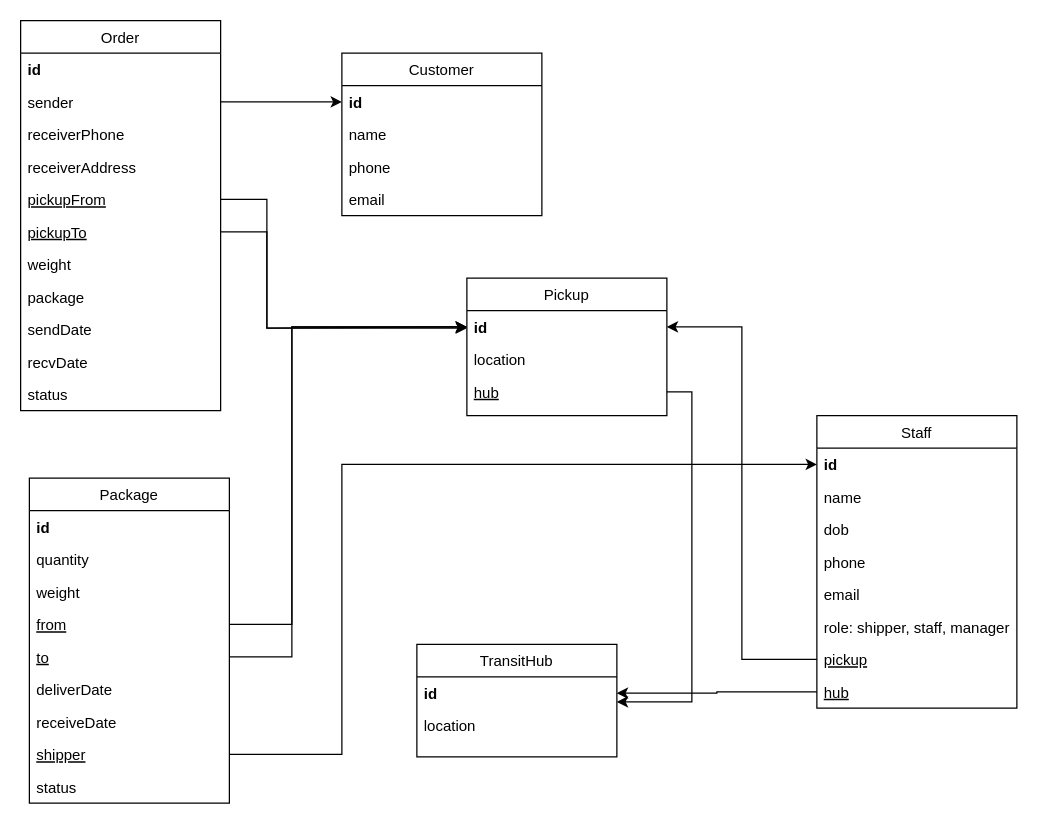
Above: public/schema.drawio in achibulup/MagicPost (draw.io), before the change. Source tidied: cells renumbered, new cells numbered last; positions are measured from the earlier drawing's top-left corner, leaving out a move shared by most shapes. Both pictures are drawn from the tidied source at 125%, with x=0, y=0 at pixel (20, 20).
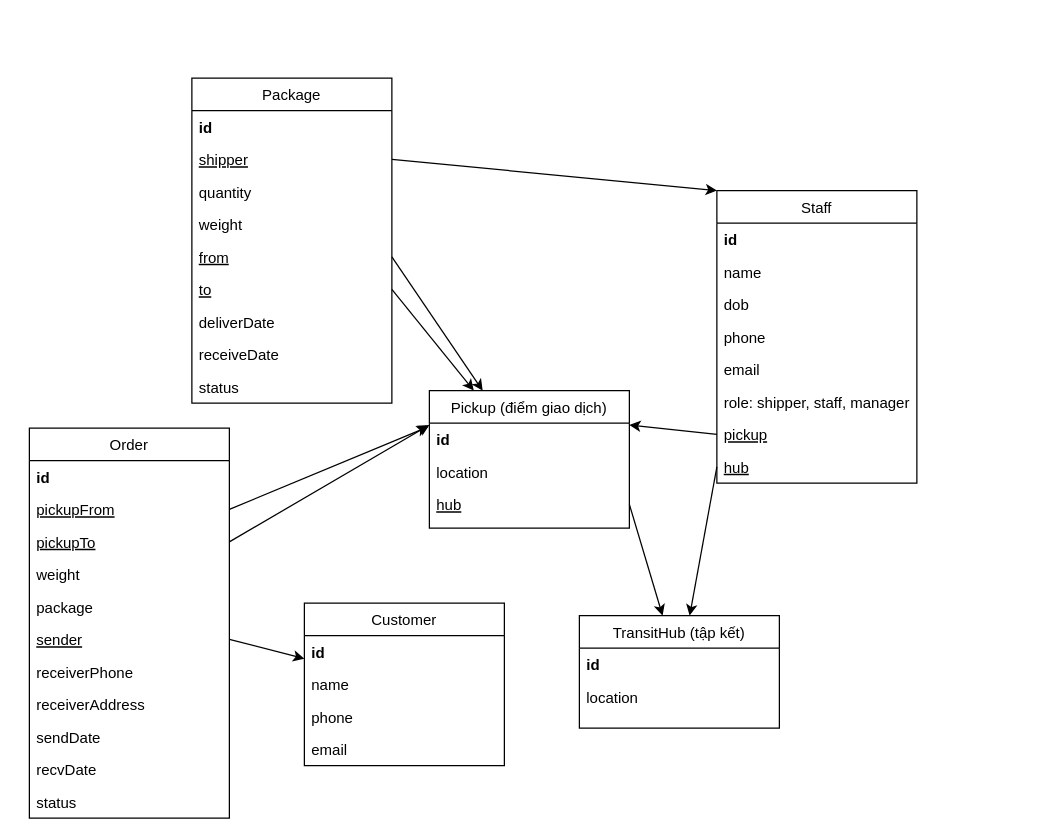
After the change.

Unchanged cells that the change refers to:
```xml
<mxCell id="3" value="id" style="text;align=left;verticalAlign=top;spacingLeft=4;spacingRight=4;overflow=hidden;points=[[0,0.5],[1,0.5]];portConstraint=eastwest;fontStyle=1;" parent="2" vertex="1">
  <mxGeometry y="26" width="160" height="26" as="geometry" />
</mxCell>
<mxCell id="8" value="id" style="text;align=left;verticalAlign=top;spacingLeft=4;spacingRight=4;overflow=hidden;points=[[0,0.5],[1,0.5]];portConstraint=eastwest;fontStyle=1;" parent="7" vertex="1">
  <mxGeometry y="26" width="160" height="26" as="geometry" />
</mxCell>
<mxCell id="11" value="id" style="text;align=left;verticalAlign=top;spacingLeft=4;spacingRight=4;overflow=hidden;points=[[0,0.5],[1,0.5]];portConstraint=eastwest;fontStyle=1;" parent="10" vertex="1">
  <mxGeometry y="26" width="160" height="26" as="geometry" />
</mxCell>
<mxCell id="13" value="hub" style="text;align=left;verticalAlign=top;spacingLeft=4;spacingRight=4;overflow=hidden;points=[[0,0.5],[1,0.5]];portConstraint=eastwest;rounded=0;shadow=0;html=0;fontStyle=4;" parent="10" vertex="1">
  <mxGeometry y="78" width="160" height="26" as="geometry" />
</mxCell>
<mxCell id="27" value="id" style="text;align=left;verticalAlign=top;spacingLeft=4;spacingRight=4;overflow=hidden;points=[[0,0.5],[1,0.5]];portConstraint=eastwest;fontStyle=1;" parent="26" vertex="1">
  <mxGeometry y="26" width="160" height="26" as="geometry" />
</mxCell>
<mxCell id="33" value="pickup" style="text;align=left;verticalAlign=top;spacingLeft=4;spacingRight=4;overflow=hidden;points=[[0,0.5],[1,0.5]];portConstraint=eastwest;rounded=0;shadow=0;html=0;fontStyle=4;" parent="26" vertex="1">
  <mxGeometry y="182" width="160" height="26" as="geometry" />
</mxCell>
<mxCell id="34" value="hub" style="text;align=left;verticalAlign=top;spacingLeft=4;spacingRight=4;overflow=hidden;points=[[0,0.5],[1,0.5]];portConstraint=eastwest;rounded=0;shadow=0;html=0;fontStyle=4;" parent="26" vertex="1">
  <mxGeometry y="208" width="160" height="26" as="geometry" />
</mxCell>
```

The edit, as a diff of the source:
```diff
@@
     <mxCell id="2" value="Customer" style="swimlane;fontStyle=0;align=center;verticalAlign=top;horizontal=1;startSize=26;rounded=0;shadow=0;strokeWidth=1;" parent="1" vertex="1">
-      <mxGeometry x="257" y="26" width="160" height="130" as="geometry" />
+      <mxGeometry x="227" y="466" width="160" height="130" as="geometry" />
     </mxCell>
@@
-    <mxCell id="7" value="TransitHub&#10;" style="swimlane;fontStyle=0;align=center;verticalAlign=top;horizontal=1;startSize=26;rounded=0;shadow=0;strokeWidth=1;" parent="1" vertex="1">
-      <mxGeometry x="317" y="499" width="160" height="90" as="geometry" />
+    <mxCell id="7" value="TransitHub (tập kết)&#10;" style="swimlane;fontStyle=0;align=center;verticalAlign=top;horizontal=1;startSize=26;rounded=0;shadow=0;strokeWidth=1;" parent="1" vertex="1">
+      <mxGeometry x="447" y="476" width="160" height="90" as="geometry" />
     </mxCell>
@@
-    <mxCell id="10" value="Pickup&#10;" style="swimlane;fontStyle=0;align=center;verticalAlign=top;horizontal=1;startSize=26;rounded=0;shadow=0;strokeWidth=1;" parent="1" vertex="1">
-      <mxGeometry x="357" y="206" width="160" height="110" as="geometry" />
+    <mxCell id="10" value="Pickup (điểm giao dịch)&#10;" style="swimlane;fontStyle=0;align=center;verticalAlign=top;horizontal=1;startSize=26;rounded=0;shadow=0;strokeWidth=1;" parent="1" vertex="1">
+      <mxGeometry x="327" y="296" width="160" height="110" as="geometry" />
     </mxCell>
@@
     <mxCell id="14" value="Order" style="swimlane;fontStyle=0;align=center;verticalAlign=top;horizontal=1;startSize=26;rounded=0;shadow=0;strokeWidth=1;" parent="1" vertex="1">
-      <mxGeometry width="160" height="312" as="geometry" />
+      <mxGeometry x="7" y="326" width="160" height="312" as="geometry" />
     </mxCell>
@@
-    <mxCell id="16" value="sender" style="text;align=left;verticalAlign=top;spacingLeft=4;spacingRight=4;overflow=hidden;points=[[0,0.5],[1,0.5]];portConstraint=eastwest;rounded=0;shadow=0;html=0;" parent="14" vertex="1">
-      <mxGeometry y="52" width="160" height="26" as="geometry" />
-    </mxCell>
-    <mxCell id="17" value="receiverPhone" style="text;align=left;verticalAlign=top;spacingLeft=4;spacingRight=4;overflow=hidden;rounded=0;shadow=0;html=0;" parent="14" vertex="1">
-      <mxGeometry y="78" width="160" height="26" as="geometry" />
-    </mxCell>
-    <mxCell id="18" value="receiverAddress" style="text;align=left;verticalAlign=top;spacingLeft=4;spacingRight=4;overflow=hidden;rounded=0;shadow=0;html=0;" parent="14" vertex="1">
-      <mxGeometry y="104" width="160" height="26" as="geometry" />
-    </mxCell>
     <mxCell id="19" value="pickupFrom" style="text;align=left;verticalAlign=top;spacingLeft=4;spacingRight=4;overflow=hidden;points=[[0,0.5],[1,0.5]];portConstraint=eastwest;rounded=0;shadow=0;html=0;fontStyle=4;" parent="14" vertex="1">
-      <mxGeometry y="130" width="160" height="26" as="geometry" />
+      <mxGeometry y="52" width="160" height="26" as="geometry" />
     </mxCell>
     <mxCell id="20" value="pickupTo" style="text;align=left;verticalAlign=top;spacingLeft=4;spacingRight=4;overflow=hidden;points=[[0,0.5],[1,0.5]];portConstraint=eastwest;fontStyle=4;" parent="14" vertex="1">
-      <mxGeometry y="156" width="160" height="26" as="geometry" />
+      <mxGeometry y="78" width="160" height="26" as="geometry" />
     </mxCell>
     <mxCell id="21" value="weight" style="text;align=left;verticalAlign=top;spacingLeft=4;spacingRight=4;overflow=hidden;" parent="14" vertex="1">
-      <mxGeometry y="182" width="160" height="26" as="geometry" />
+      <mxGeometry y="104" width="160" height="26" as="geometry" />
     </mxCell>
     <mxCell id="22" value="package" style="text;align=left;verticalAlign=top;spacingLeft=4;spacingRight=4;overflow=hidden;" parent="14" vertex="1">
-      <mxGeometry y="208" width="160" height="26" as="geometry" />
+      <mxGeometry y="130" width="160" height="26" as="geometry" />
     </mxCell>
+    <mxCell id="16" value="sender" style="text;align=left;verticalAlign=top;spacingLeft=4;spacingRight=4;overflow=hidden;points=[[0,0.5],[1,0.5]];portConstraint=eastwest;rounded=0;shadow=0;html=0;fontStyle=4;" parent="14" vertex="1">
+      <mxGeometry y="156" width="160" height="26" as="geometry" />
+    </mxCell>
+    <mxCell id="17" value="receiverPhone" style="text;align=left;verticalAlign=top;spacingLeft=4;spacingRight=4;overflow=hidden;rounded=0;shadow=0;html=0;" parent="14" vertex="1">
+      <mxGeometry y="182" width="160" height="26" as="geometry" />
+    </mxCell>
+    <mxCell id="18" value="receiverAddress" style="text;align=left;verticalAlign=top;spacingLeft=4;spacingRight=4;overflow=hidden;rounded=0;shadow=0;html=0;" parent="14" vertex="1">
+      <mxGeometry y="208" width="160" height="26" as="geometry" />
+    </mxCell>
@@
     <mxCell id="26" value="Staff&#10;" style="swimlane;fontStyle=0;align=center;verticalAlign=top;horizontal=1;startSize=26;rounded=0;shadow=0;strokeWidth=1;" parent="1" vertex="1">
-      <mxGeometry x="637" y="316" width="160" height="234" as="geometry" />
+      <mxGeometry x="557" y="136" width="160" height="234" as="geometry" />
     </mxCell>
@@
     <mxCell id="35" value="Package" style="swimlane;fontStyle=0;align=center;verticalAlign=top;horizontal=1;startSize=26;rounded=0;shadow=0;strokeWidth=1;" parent="1" vertex="1">
-      <mxGeometry x="7" y="366" width="160" height="260" as="geometry" />
+      <mxGeometry x="137" y="46" width="160" height="260" as="geometry" />
     </mxCell>
@@
+    <mxCell id="43" value="shipper&#10;" style="text;align=left;verticalAlign=top;spacingLeft=4;spacingRight=4;overflow=hidden;points=[[0,0.5],[1,0.5]];portConstraint=eastwest;fontStyle=4;" parent="35" vertex="1">
+      <mxGeometry y="52" width="160" height="26" as="geometry" />
+    </mxCell>
     <mxCell id="37" value="quantity" style="text;align=left;verticalAlign=top;spacingLeft=4;spacingRight=4;overflow=hidden;rounded=0;shadow=0;html=0;" parent="35" vertex="1">
-      <mxGeometry y="52" width="160" height="26" as="geometry" />
+      <mxGeometry y="78" width="160" height="26" as="geometry" />
     </mxCell>
     <mxCell id="38" value="weight" style="text;align=left;verticalAlign=top;spacingLeft=4;spacingRight=4;overflow=hidden;rounded=0;shadow=0;html=0;" parent="35" vertex="1">
-      <mxGeometry y="78" width="160" height="26" as="geometry" />
+      <mxGeometry y="104" width="160" height="26" as="geometry" />
     </mxCell>
     <mxCell id="39" value="from" style="text;align=left;verticalAlign=top;spacingLeft=4;spacingRight=4;overflow=hidden;points=[[0,0.5],[1,0.5]];portConstraint=eastwest;rounded=0;shadow=0;html=0;fontStyle=4;" parent="35" vertex="1">
-      <mxGeometry y="104" width="160" height="26" as="geometry" />
+      <mxGeometry y="130" width="160" height="26" as="geometry" />
     </mxCell>
     <mxCell id="40" value="to" style="text;align=left;verticalAlign=top;spacingLeft=4;spacingRight=4;overflow=hidden;points=[[0,0.5],[1,0.5]];portConstraint=eastwest;rounded=0;shadow=0;html=0;fontStyle=4;" parent="35" vertex="1">
-      <mxGeometry y="130" width="160" height="26" as="geometry" />
+      <mxGeometry y="156" width="160" height="26" as="geometry" />
     </mxCell>
     <mxCell id="41" value="deliverDate" style="text;align=left;verticalAlign=top;spacingLeft=4;spacingRight=4;overflow=hidden;" parent="35" vertex="1">
-      <mxGeometry y="156" width="160" height="26" as="geometry" />
+      <mxGeometry y="182" width="160" height="26" as="geometry" />
     </mxCell>
     <mxCell id="42" value="receiveDate" style="text;align=left;verticalAlign=top;spacingLeft=4;spacingRight=4;overflow=hidden;" parent="35" vertex="1">
-      <mxGeometry y="182" width="160" height="26" as="geometry" />
+      <mxGeometry y="208" width="160" height="26" as="geometry" />
     </mxCell>
-    <mxCell id="43" value="shipper&#10;" style="text;align=left;verticalAlign=top;spacingLeft=4;spacingRight=4;overflow=hidden;points=[[0,0.5],[1,0.5]];portConstraint=eastwest;fontStyle=4;" parent="35" vertex="1">
-      <mxGeometry y="208" width="160" height="26" as="geometry" />
-    </mxCell>
@@
-    <mxCell id="45" style="edgeStyle=orthogonalEdgeStyle;rounded=0;jettySize=auto;html=1;exitX=1;exitY=0.5;exitDx=0;exitDy=0;entryX=0;entryY=0.5;entryDx=0;entryDy=0;" parent="1" edge="1" source="16" target="3">
-      <mxGeometry relative="1" as="geometry" />
-    </mxCell>
-    <mxCell id="46" style="edgeStyle=orthogonalEdgeStyle;rounded=0;jettySize=auto;html=1;exitX=0;exitY=0.5;exitDx=0;exitDy=0;entryX=1;entryY=0.5;entryDx=0;entryDy=0;" parent="1" edge="1" source="33" target="11">
-      <mxGeometry relative="1" as="geometry">
-        <Array as="points">
-          <mxPoint x="577" y="511" />
-          <mxPoint x="577" y="245" />
-        </Array>
-      </mxGeometry>
-    </mxCell>
-    <mxCell id="47" style="edgeStyle=orthogonalEdgeStyle;rounded=0;jettySize=auto;html=1;exitX=1;exitY=0.5;exitDx=0;exitDy=0;entryX=0;entryY=0.5;entryDx=0;entryDy=0;" parent="1" edge="1" source="43" target="27">
-      <mxGeometry relative="1" as="geometry">
-        <Array as="points">
-          <mxPoint x="257" y="587" />
-          <mxPoint x="257" y="355" />
-        </Array>
-      </mxGeometry>
-    </mxCell>
-    <mxCell id="48" style="edgeStyle=orthogonalEdgeStyle;rounded=0;jettySize=auto;html=1;exitX=1;exitY=0.5;exitDx=0;exitDy=0;" parent="1" edge="1" source="13" target="8">
-      <mxGeometry relative="1" as="geometry">
-        <Array as="points">
-          <mxPoint x="537" y="297" />
-          <mxPoint x="537" y="545" />
-        </Array>
-      </mxGeometry>
-    </mxCell>
-    <mxCell id="49" style="edgeStyle=orthogonalEdgeStyle;rounded=0;jettySize=auto;html=1;exitX=1;exitY=0.5;exitDx=0;exitDy=0;entryX=0;entryY=0.5;entryDx=0;entryDy=0;" parent="1" edge="1" source="39" target="11">
-      <mxGeometry relative="1" as="geometry">
-        <Array as="points">
-          <mxPoint x="217" y="483" />
-          <mxPoint x="217" y="245" />
-        </Array>
-      </mxGeometry>
-    </mxCell>
-    <mxCell id="50" style="edgeStyle=orthogonalEdgeStyle;rounded=0;jettySize=auto;html=1;exitX=1;exitY=0.5;exitDx=0;exitDy=0;" parent="1" edge="1" source="40" target="11">
-      <mxGeometry relative="1" as="geometry">
-        <Array as="points">
-          <mxPoint x="217" y="509" />
-          <mxPoint x="217" y="245" />
-        </Array>
-      </mxGeometry>
-    </mxCell>
+    <mxCell id="54" style="endArrow=classic;html=1;rounded=0;entryX=1;entryY=0.25;entryDx=0;entryDy=0;exitX=0;exitY=0.5;exitDx=0;exitDy=0;" parent="1" edge="1" source="33" target="10">
+      <mxGeometry relative="1" as="geometry" />
+    </mxCell>
+    <mxCell id="55" style="endArrow=classic;html=1;rounded=0;exitX=0;exitY=0.5;exitDx=0;exitDy=0;" parent="1" edge="1" source="34" target="7">
+      <mxGeometry relative="1" as="geometry" />
+    </mxCell>
+    <mxCell id="56" style="endArrow=classic;html=1;rounded=0;exitX=1;exitY=0.5;exitDx=0;exitDy=0;entryX=0;entryY=0;entryDx=0;entryDy=0;" parent="1" edge="1" source="43" target="26">
+      <mxGeometry relative="1" as="geometry" />
+    </mxCell>
-    <mxCell id="51" style="edgeStyle=orthogonalEdgeStyle;rounded=0;jettySize=auto;html=1;exitX=1;exitY=0.5;exitDx=0;exitDy=0;entryX=0;entryY=0.5;entryDx=0;entryDy=0;" parent="1" edge="1" source="19" target="11">
-      <mxGeometry relative="1" as="geometry">
-        <Array as="points">
-          <mxPoint x="197" y="143" />
-          <mxPoint x="197" y="246" />
-        </Array>
-      </mxGeometry>
+    <mxCell id="51" style="endArrow=classic;html=1;rounded=0;exitX=1;exitY=0.5;exitDx=0;exitDy=0;entryX=-0.006;entryY=0.115;entryDx=0;entryDy=0;entryPerimeter=0;" parent="1" edge="1" source="19" target="11">
+      <mxGeometry relative="1" as="geometry" />
     </mxCell>
-    <mxCell id="52" style="edgeStyle=orthogonalEdgeStyle;rounded=0;jettySize=auto;html=1;exitX=1;exitY=0.5;exitDx=0;exitDy=0;" parent="1" edge="1" source="20" target="11">
-      <mxGeometry relative="1" as="geometry">
-        <Array as="points">
-          <mxPoint x="197" y="169" />
-          <mxPoint x="197" y="246" />
-        </Array>
-      </mxGeometry>
-    </mxCell>
-    <mxCell id="53" style="edgeStyle=orthogonalEdgeStyle;rounded=0;jettySize=auto;html=1;exitX=0;exitY=0.5;exitDx=0;exitDy=0;entryX=1;entryY=0.5;entryDx=0;entryDy=0;" parent="1" edge="1" source="34" target="8">
-      <mxGeometry relative="1" as="geometry" />
-    </mxCell>
+    <mxCell id="57" style="endArrow=classic;html=1;rounded=0;exitX=1;exitY=0.5;exitDx=0;exitDy=0;entryX=0;entryY=0.25;entryDx=0;entryDy=0;" parent="1" edge="1" source="20" target="10">
+      <mxGeometry relative="1" as="geometry" />
+    </mxCell>
+    <mxCell id="58" style="endArrow=classic;html=1;rounded=0;exitX=1;exitY=0.5;exitDx=0;exitDy=0;" parent="1" edge="1" source="39" target="10">
+      <mxGeometry relative="1" as="geometry" />
+    </mxCell>
+    <mxCell id="59" style="endArrow=classic;html=1;rounded=0;exitX=1;exitY=0.5;exitDx=0;exitDy=0;" parent="1" edge="1" source="40" target="10">
+      <mxGeometry relative="1" as="geometry" />
+    </mxCell>
+    <mxCell id="60" style="endArrow=classic;html=1;rounded=0;exitX=1;exitY=0.5;exitDx=0;exitDy=0;" parent="1" edge="1" source="16" target="2">
+      <mxGeometry relative="1" as="geometry" />
+    </mxCell>
+    <mxCell id="61" style="endArrow=classic;html=1;rounded=0;exitX=1;exitY=0.5;exitDx=0;exitDy=0;" parent="1" edge="1" source="13" target="7">
+      <mxGeometry relative="1" as="geometry" />
+    </mxCell>
```
